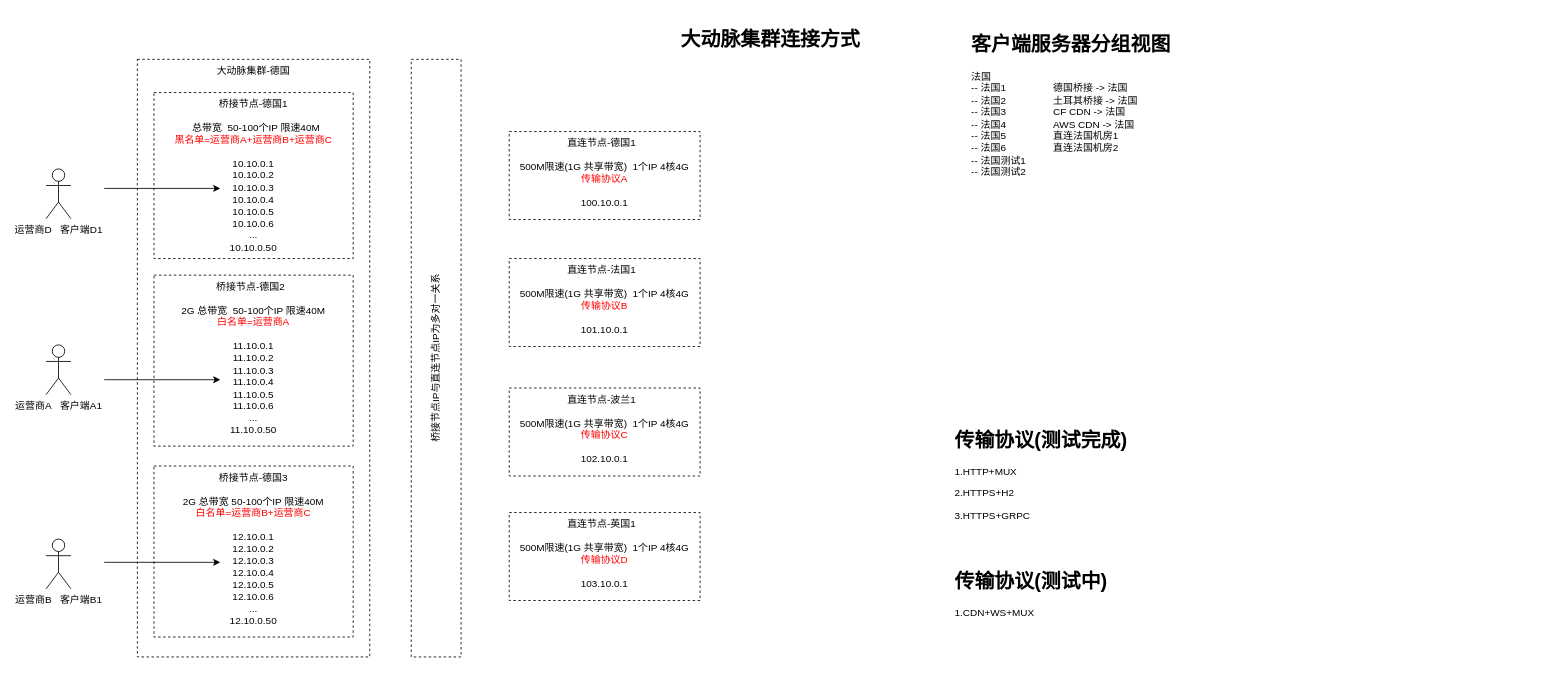
The draw.io diagram JUMPJUMP规划.drawio in stardicky/drawio, before the edit. Source tidied: cells renumbered, new cells numbered last; positions are measured from the earlier drawing's top-left corner, leaving out a move shared by most shapes. Both pictures are drawn from the tidied source at 83%, with x=0, y=0 at pixel (46, 22).
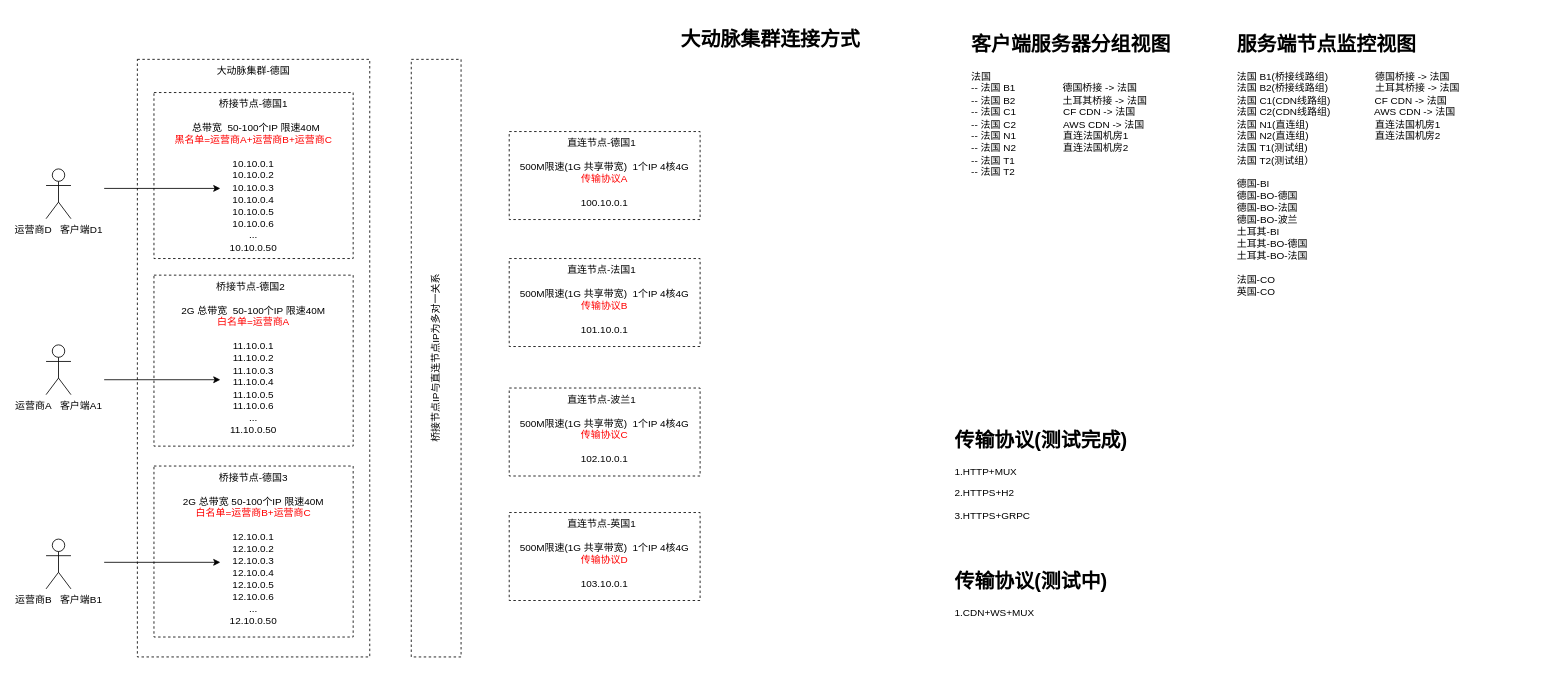
The same page after the edit.

Diff of the diagram source:
```diff
@@
-    <mxCell id="20" value="&lt;h1&gt;客户端服务器分组视图&lt;/h1&gt;&lt;div&gt;法国&lt;/div&gt;&lt;div&gt;-- 法国1&amp;nbsp;&lt;span style=&quot;&quot;&gt;&lt;span style=&quot;&quot;&gt;&amp;nbsp;&amp;nbsp;&amp;nbsp;&amp;nbsp;&lt;/span&gt;&lt;/span&gt;&lt;span style=&quot;&quot;&gt;&lt;span style=&quot;&quot;&gt;&amp;nbsp;&amp;nbsp;&amp;nbsp;&amp;nbsp;&lt;/span&gt;&lt;/span&gt;&lt;span style=&quot;&quot;&gt;&lt;span style=&quot;&quot;&gt;&amp;nbsp;&amp;nbsp;&amp;nbsp;&amp;nbsp;&lt;/span&gt;&lt;/span&gt;&lt;span style=&quot;&quot;&gt;&lt;span style=&quot;&quot;&gt;&amp;nbsp;&amp;nbsp;&amp;nbsp;&amp;nbsp;&lt;/span&gt;&lt;/span&gt;德国桥接 -&amp;gt; 法国&lt;span style=&quot;&quot;&gt;&lt;span style=&quot;&quot;&gt;&amp;nbsp;&amp;nbsp;&amp;nbsp;&amp;nbsp;&lt;/span&gt;&lt;/span&gt;&lt;span style=&quot;&quot;&gt;&lt;span style=&quot;&quot;&gt;&amp;nbsp; &amp;nbsp; &amp;nbsp; &amp;nbsp;&amp;nbsp;&lt;/span&gt;&lt;/span&gt;&lt;/div&gt;&lt;div&gt;-- 法国2&amp;nbsp;&lt;span style=&quot;&quot;&gt;&amp;nbsp;&amp;nbsp;&amp;nbsp;&amp;nbsp;&lt;/span&gt;&lt;span style=&quot;border-color: var(--border-color);&quot;&gt;&lt;span style=&quot;&quot;&gt;&amp;nbsp;&amp;nbsp;&amp;nbsp;&amp;nbsp;&lt;/span&gt;&lt;/span&gt;&lt;span style=&quot;border-color: var(--border-color);&quot;&gt;&lt;span style=&quot;&quot;&gt;&amp;nbsp;&amp;nbsp;&amp;nbsp;&amp;nbsp;&lt;/span&gt;&lt;/span&gt;&lt;span style=&quot;border-color: var(--border-color);&quot;&gt;&lt;span style=&quot;&quot;&gt;&amp;nbsp;&amp;nbsp;&amp;nbsp;&amp;nbsp;土耳其&lt;/span&gt;&lt;/span&gt;桥接 -&amp;gt; 法国&lt;br&gt;&lt;/div&gt;&lt;div&gt;-- 法国3&amp;nbsp; &amp;nbsp; &amp;nbsp; &amp;nbsp; &amp;nbsp; &amp;nbsp; &amp;nbsp; &amp;nbsp; &amp;nbsp;CF CDN -&amp;gt; 法国&lt;/div&gt;&lt;div&gt;-- 法国4&amp;nbsp; &amp;nbsp; &amp;nbsp; &amp;nbsp; &amp;nbsp; &amp;nbsp; &amp;nbsp; &amp;nbsp; &amp;nbsp;AWS CDN -&amp;gt; 法国&lt;br&gt;&lt;/div&gt;&lt;div&gt;-- 法国5&amp;nbsp; &amp;nbsp; &amp;nbsp; &amp;nbsp; &amp;nbsp; &amp;nbsp; &amp;nbsp; &amp;nbsp; &amp;nbsp;直连法国机房1&lt;/div&gt;&lt;div&gt;&lt;span style=&quot;background-color: initial;&quot;&gt;-- 法国6&amp;nbsp; &amp;nbsp; &amp;nbsp; &amp;nbsp; &amp;nbsp; &amp;nbsp; &amp;nbsp; &amp;nbsp; &amp;nbsp;直连法国机房2&lt;/span&gt;&lt;/div&gt;&lt;div&gt;&lt;span style=&quot;background-color: initial;&quot;&gt;-- 法国测试1&amp;nbsp; &amp;nbsp; &amp;nbsp; &amp;nbsp; &amp;nbsp;&amp;nbsp;&lt;/span&gt;&lt;/div&gt;&lt;div&gt;-- 法国测试2&amp;nbsp; &amp;nbsp; &amp;nbsp; &amp;nbsp; &amp;nbsp;&amp;nbsp;&lt;span style=&quot;background-color: initial;&quot;&gt;&lt;br&gt;&lt;/span&gt;&lt;/div&gt;" style="text;html=1;strokeColor=none;fillColor=none;spacing=5;spacingTop=-20;whiteSpace=wrap;overflow=hidden;rounded=0;" parent="1" vertex="1">
-      <mxGeometry x="1110" y="7" width="370" height="193" as="geometry" />
+    <mxCell id="20" value="&lt;h1&gt;客户端服务器分组视图&lt;/h1&gt;&lt;div&gt;法国&lt;/div&gt;&lt;div&gt;-- 法国 B1&amp;nbsp;&lt;span style=&quot;&quot;&gt;&lt;span style=&quot;&quot;&gt;&amp;nbsp;&amp;nbsp;&amp;nbsp;&amp;nbsp;&lt;/span&gt;&lt;/span&gt;&lt;span style=&quot;&quot;&gt;&lt;span style=&quot;&quot;&gt;&amp;nbsp;&amp;nbsp;&amp;nbsp;&amp;nbsp;&lt;/span&gt;&lt;/span&gt;&lt;span style=&quot;&quot;&gt;&lt;span style=&quot;&quot;&gt;&amp;nbsp;&amp;nbsp;&amp;nbsp;&amp;nbsp;&lt;/span&gt;&lt;/span&gt;&lt;span style=&quot;&quot;&gt;&lt;span style=&quot;&quot;&gt;&amp;nbsp;&amp;nbsp;&amp;nbsp;&amp;nbsp;&lt;/span&gt;&lt;/span&gt;德国桥接 -&amp;gt; 法国&lt;span style=&quot;&quot;&gt;&lt;span style=&quot;&quot;&gt;&amp;nbsp;&amp;nbsp;&amp;nbsp;&amp;nbsp;&lt;/span&gt;&lt;/span&gt;&lt;span style=&quot;&quot;&gt;&lt;span style=&quot;&quot;&gt;&amp;nbsp; &amp;nbsp; &amp;nbsp; &amp;nbsp;&amp;nbsp;&lt;/span&gt;&lt;/span&gt;&lt;/div&gt;&lt;div&gt;-- 法国 B2&amp;nbsp;&lt;span style=&quot;&quot;&gt;&amp;nbsp;&amp;nbsp;&amp;nbsp;&amp;nbsp;&lt;/span&gt;&lt;span style=&quot;border-color: var(--border-color);&quot;&gt;&lt;span style=&quot;&quot;&gt;&amp;nbsp;&amp;nbsp;&amp;nbsp;&amp;nbsp;&lt;/span&gt;&lt;/span&gt;&lt;span style=&quot;border-color: var(--border-color);&quot;&gt;&lt;span style=&quot;&quot;&gt;&amp;nbsp;&amp;nbsp;&amp;nbsp;&amp;nbsp;&lt;/span&gt;&lt;/span&gt;&lt;span style=&quot;border-color: var(--border-color);&quot;&gt;&lt;span style=&quot;&quot;&gt;&amp;nbsp;&amp;nbsp;&amp;nbsp;&amp;nbsp;土耳其&lt;/span&gt;&lt;/span&gt;桥接 -&amp;gt; 法国&lt;br&gt;&lt;/div&gt;&lt;div&gt;-- 法国 C1&amp;nbsp; &amp;nbsp; &amp;nbsp; &amp;nbsp; &amp;nbsp; &amp;nbsp; &amp;nbsp; &amp;nbsp; &amp;nbsp;CF CDN -&amp;gt; 法国&lt;/div&gt;&lt;div&gt;-- 法国 C2&amp;nbsp; &amp;nbsp; &amp;nbsp; &amp;nbsp; &amp;nbsp; &amp;nbsp; &amp;nbsp; &amp;nbsp; &amp;nbsp;AWS CDN -&amp;gt; 法国&lt;br&gt;&lt;/div&gt;&lt;div&gt;-- 法国 N1&amp;nbsp; &amp;nbsp; &amp;nbsp; &amp;nbsp; &amp;nbsp; &amp;nbsp; &amp;nbsp; &amp;nbsp; &amp;nbsp;直连法国机房1&lt;/div&gt;&lt;div&gt;&lt;span style=&quot;background-color: initial;&quot;&gt;-- 法国 N2&amp;nbsp; &amp;nbsp; &amp;nbsp; &amp;nbsp; &amp;nbsp; &amp;nbsp; &amp;nbsp; &amp;nbsp; &amp;nbsp;直连法国机房2&lt;/span&gt;&lt;/div&gt;&lt;div&gt;&lt;span style=&quot;background-color: initial;&quot;&gt;-- 法国 T1&amp;nbsp; &amp;nbsp; &amp;nbsp; &amp;nbsp; &amp;nbsp;&amp;nbsp;&lt;/span&gt;&lt;/div&gt;&lt;div&gt;-- 法国 T2&amp;nbsp; &amp;nbsp; &amp;nbsp; &amp;nbsp; &amp;nbsp;&amp;nbsp;&lt;span style=&quot;background-color: initial;&quot;&gt;&lt;br&gt;&lt;/span&gt;&lt;/div&gt;" style="text;html=1;strokeColor=none;fillColor=none;spacing=5;spacingTop=-20;whiteSpace=wrap;overflow=hidden;rounded=0;" parent="1" vertex="1">
+      <mxGeometry x="1110" y="7" width="290" height="193" as="geometry" />
     </mxCell>
+    <mxCell id="21" value="&lt;h1&gt;服务端节点监控视图&lt;/h1&gt;&lt;div&gt;法国 B1(桥接线路组)&amp;nbsp;&lt;span style=&quot;&quot;&gt;&lt;span style=&quot;&quot;&gt;&amp;nbsp;&amp;nbsp;&amp;nbsp;&amp;nbsp;&lt;/span&gt;&lt;/span&gt;&lt;span style=&quot;&quot;&gt;&lt;span style=&quot;&quot;&gt;&amp;nbsp;&amp;nbsp;&amp;nbsp;&amp;nbsp;&lt;/span&gt;&lt;/span&gt;&lt;span style=&quot;&quot;&gt;&lt;span style=&quot;&quot;&gt;&amp;nbsp;&amp;nbsp;&amp;nbsp;&amp;nbsp;&lt;/span&gt;&lt;/span&gt;&lt;span style=&quot;&quot;&gt;&lt;span style=&quot;&quot;&gt;&amp;nbsp;&amp;nbsp;&amp;nbsp;&amp;nbsp;&lt;/span&gt;&lt;/span&gt;德国桥接 -&amp;gt; 法国&lt;span style=&quot;&quot;&gt;&lt;span style=&quot;&quot;&gt;&amp;nbsp;&amp;nbsp;&amp;nbsp;&amp;nbsp;&lt;/span&gt;&lt;/span&gt;&lt;span style=&quot;&quot;&gt;&lt;span style=&quot;&quot;&gt;&amp;nbsp; &amp;nbsp; &amp;nbsp; &amp;nbsp;&amp;nbsp;&lt;/span&gt;&lt;/span&gt;&lt;/div&gt;&lt;div&gt;法国 B2(桥接线路组)&amp;nbsp; &amp;nbsp; &amp;nbsp; &amp;nbsp; &amp;nbsp; &amp;nbsp; &amp;nbsp; &amp;nbsp; &amp;nbsp;&lt;span style=&quot;background-color: initial; border-color: var(--border-color);&quot;&gt;土耳其&lt;/span&gt;&lt;span style=&quot;background-color: initial;&quot;&gt;桥接 -&amp;gt; 法国&lt;/span&gt;&lt;/div&gt;&lt;div&gt;法国 C1(CDN线路组)&amp;nbsp; &amp;nbsp; &amp;nbsp; &amp;nbsp; &amp;nbsp; &amp;nbsp; &amp;nbsp; &amp;nbsp; CF CDN -&amp;gt; 法国&lt;/div&gt;&lt;div&gt;法国 C2(CDN线路组)&amp;nbsp; &amp;nbsp; &amp;nbsp; &amp;nbsp; &amp;nbsp; &amp;nbsp; &amp;nbsp; &amp;nbsp; AWS CDN -&amp;gt; 法国&lt;br&gt;&lt;/div&gt;&lt;div&gt;法国 N1(直连组)&amp;nbsp; &amp;nbsp; &amp;nbsp; &amp;nbsp; &amp;nbsp; &amp;nbsp; &amp;nbsp; &amp;nbsp; &amp;nbsp; &amp;nbsp; &amp;nbsp; &amp;nbsp; 直连法国机房1&lt;/div&gt;&lt;div&gt;法国 N2(直连组)&lt;span style=&quot;background-color: initial;&quot;&gt;&amp;nbsp; &amp;nbsp; &amp;nbsp; &amp;nbsp; &amp;nbsp; &amp;nbsp; &amp;nbsp; &amp;nbsp; &amp;nbsp; &amp;nbsp; &amp;nbsp; &amp;nbsp; 直连法国机房2&lt;/span&gt;&lt;/div&gt;&lt;div&gt;法国 T1(测试组)&lt;span style=&quot;background-color: initial;&quot;&gt;&amp;nbsp; &amp;nbsp; &amp;nbsp;&lt;/span&gt;&lt;/div&gt;&lt;div&gt;法国 T2(测试组）&amp;nbsp; &amp;nbsp; &amp;nbsp; &amp;nbsp; &amp;nbsp;&amp;nbsp;&lt;span style=&quot;background-color: initial;&quot;&gt;&lt;br&gt;&lt;/span&gt;&lt;/div&gt;&lt;div&gt;&lt;br&gt;&lt;/div&gt;&lt;div&gt;德国-BI&lt;/div&gt;&lt;div&gt;德国-BO-德国&lt;/div&gt;&lt;div&gt;&lt;span style=&quot;background-color: initial;&quot;&gt;德国-BO-法国&lt;/span&gt;&lt;/div&gt;&lt;div&gt;德国-BO-波兰&lt;span style=&quot;background-color: initial;&quot;&gt;&lt;br&gt;&lt;/span&gt;&lt;/div&gt;&lt;div&gt;土耳其-BI&lt;span style=&quot;background-color: initial;&quot;&gt;&lt;br&gt;&lt;/span&gt;&lt;/div&gt;&lt;div&gt;土耳其-BO-德国&lt;/div&gt;&lt;div&gt;&lt;span style=&quot;background-color: initial;&quot;&gt;土耳其-BO-法国&lt;/span&gt;&lt;/div&gt;&lt;div&gt;&lt;br&gt;&lt;/div&gt;&lt;div&gt;法国-CO&lt;br&gt;&lt;/div&gt;&lt;div&gt;英国-CO&lt;br&gt;&lt;/div&gt;" style="text;html=1;strokeColor=none;fillColor=none;spacing=5;spacingTop=-20;whiteSpace=wrap;overflow=hidden;rounded=0;" parent="1" vertex="1">
+      <mxGeometry x="1430" y="7" width="370" height="323" as="geometry" />
+    </mxCell>
```
